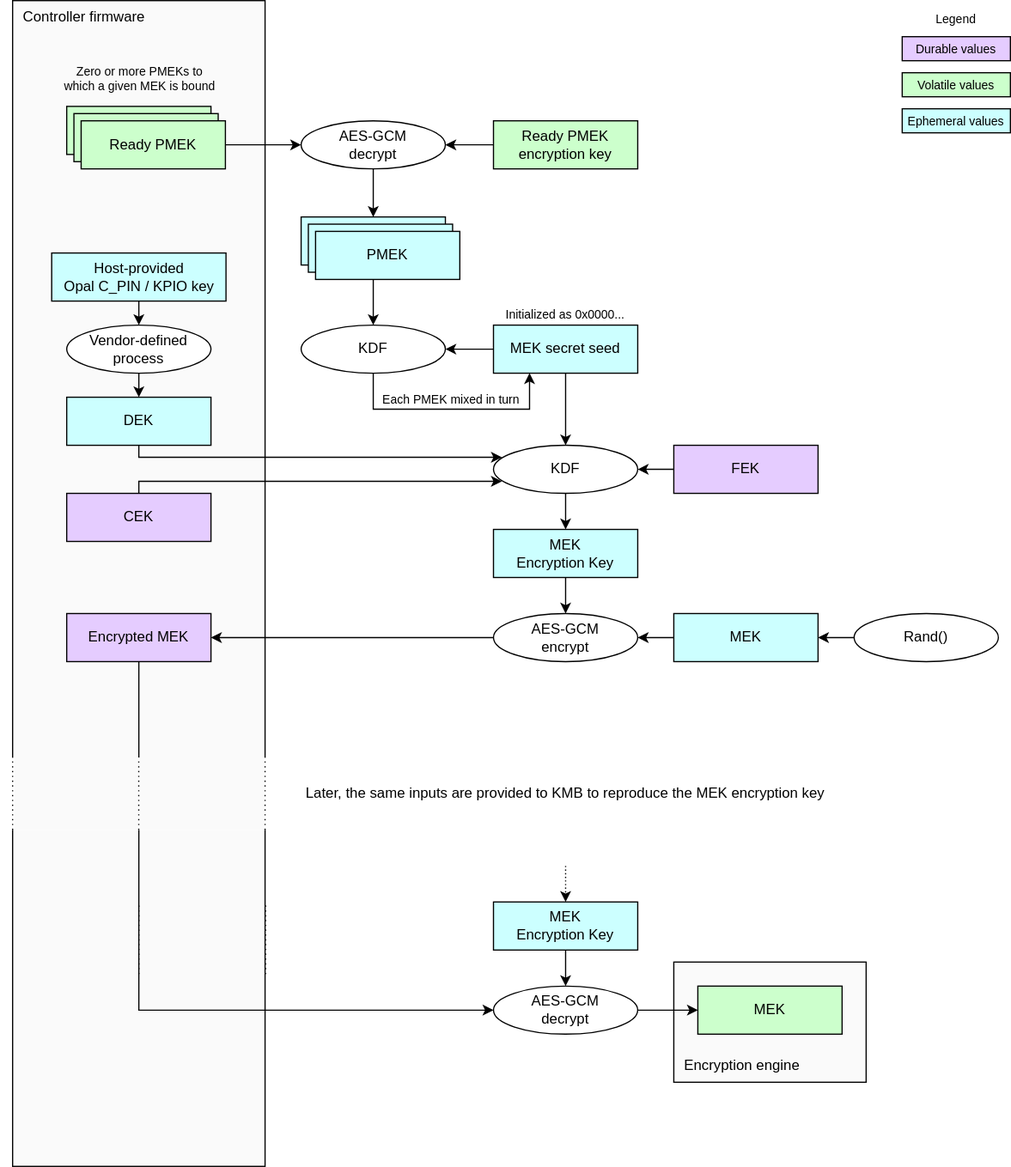
The draw.io diagram doc/ocp_lock/diagrams/mek_encryption.drawio.svg in chipsalliance/Caliptra, before a commit. Source tidied: cells renumbered, new cells last; positions are measured from the earlier drawing's top-left corner, leaving out a move shared by most shapes.
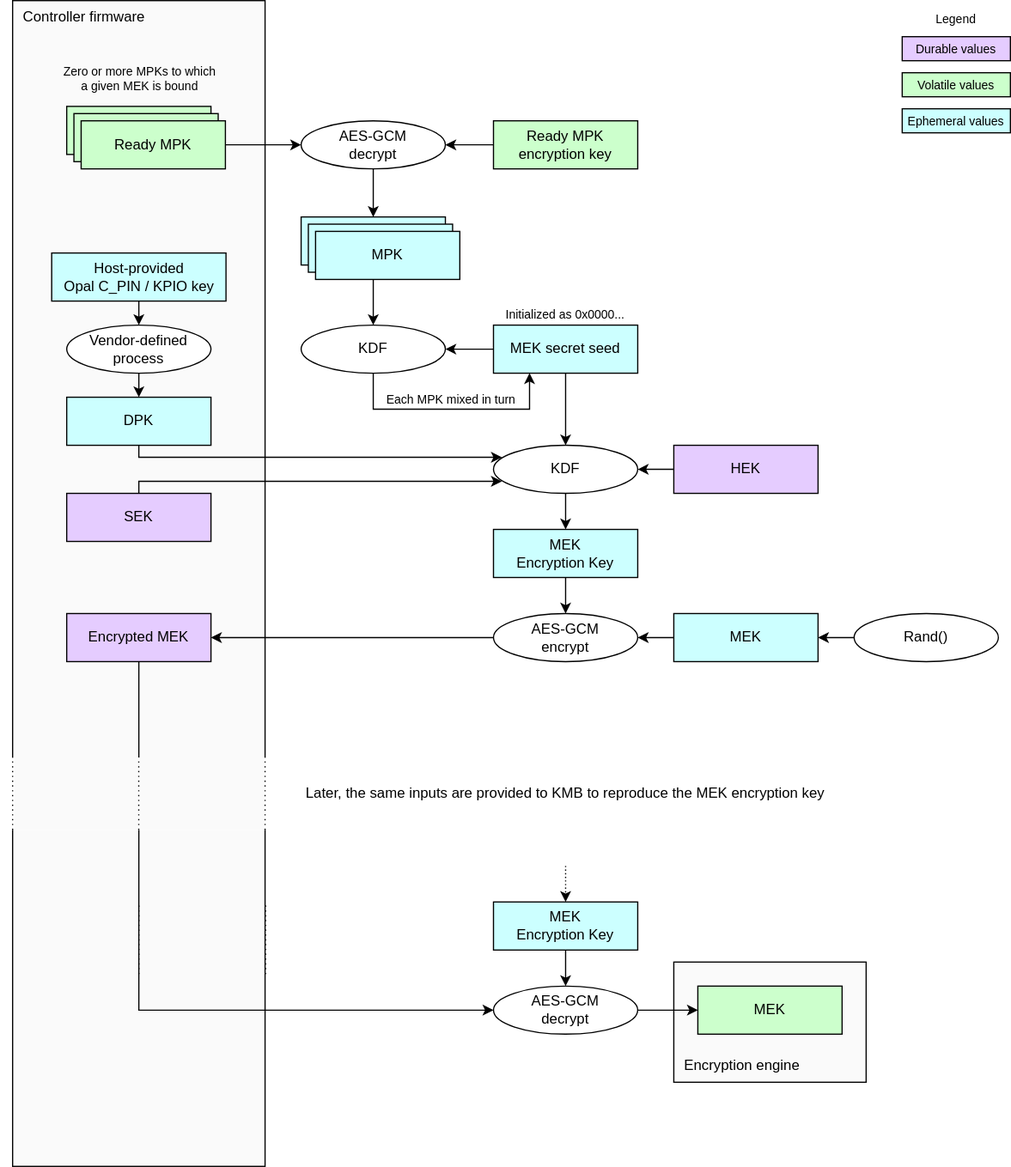
Above is the later version.

What changed in the source:
```diff
@@ -8,25 +8,25 @@
     <mxCell id="3" style="edgeStyle=segmentEdgeStyle;endArrow=classic;html=1;curved=0;rounded=0;endSize=6;startSize=6;entryX=0;entryY=0.5;entryDx=0;entryDy=0;exitX=1;exitY=0.5;exitDx=0;exitDy=0;" parent="1" edge="1" source="34" target="9">
       <mxGeometry relative="1" as="geometry" />
     </mxCell>
-    <mxCell id="4" value="&lt;div&gt;&lt;font color=&quot;#000000&quot;&gt;Ready PMEK&lt;/font&gt;&lt;/div&gt;" style="rounded=0;whiteSpace=wrap;html=1;align=center;verticalAlign=middle;shadow=0;glass=0;spacingLeft=0;spacingBottom=0;spacingTop=0;fillColor=#CCFFCC;" parent="1" vertex="1">
+    <mxCell id="4" style="rounded=0;whiteSpace=wrap;html=1;align=center;verticalAlign=middle;shadow=0;glass=0;spacingLeft=0;spacingBottom=0;spacingTop=0;fillColor=#CCFFCC;" parent="1" vertex="1">
       <mxGeometry x="55" y="88" width="120" height="40" as="geometry" />
     </mxCell>
-    <mxCell id="5" value="&lt;div&gt;&lt;font color=&quot;#000000&quot;&gt;FEK&lt;/font&gt;&lt;/div&gt;" style="rounded=0;whiteSpace=wrap;html=1;align=center;verticalAlign=middle;shadow=0;glass=0;spacingLeft=0;spacingBottom=0;spacingTop=0;fillColor=#E5CCFF;" parent="1" vertex="1">
+    <mxCell id="5" value="&lt;div&gt;&lt;font color=&quot;#000000&quot;&gt;HEK&lt;/font&gt;&lt;/div&gt;" style="rounded=0;whiteSpace=wrap;html=1;align=center;verticalAlign=middle;shadow=0;glass=0;spacingLeft=0;spacingBottom=0;spacingTop=0;fillColor=#E5CCFF;" parent="1" vertex="1">
       <mxGeometry x="560" y="370" width="120" height="40" as="geometry" />
     </mxCell>
-    <mxCell id="6" value="&lt;div&gt;&lt;font color=&quot;#000000&quot;&gt;DEK&lt;/font&gt;&lt;/div&gt;" style="rounded=0;whiteSpace=wrap;html=1;align=center;verticalAlign=middle;shadow=0;glass=0;spacingLeft=0;spacingBottom=0;spacingTop=0;fillColor=#CCFFFF;" parent="1" vertex="1">
+    <mxCell id="6" value="&lt;div&gt;&lt;font color=&quot;#000000&quot;&gt;DPK&lt;/font&gt;&lt;/div&gt;" style="rounded=0;whiteSpace=wrap;html=1;align=center;verticalAlign=middle;shadow=0;glass=0;spacingLeft=0;spacingBottom=0;spacingTop=0;fillColor=#CCFFFF;" parent="1" vertex="1">
       <mxGeometry x="55" y="330" width="120" height="40" as="geometry" />
     </mxCell>
     <mxCell id="7" value="&lt;div&gt;&lt;font color=&quot;#000000&quot;&gt;MEK secret seed&lt;/font&gt;&lt;/div&gt;" style="rounded=0;whiteSpace=wrap;html=1;align=center;verticalAlign=middle;shadow=0;glass=0;spacingLeft=0;spacingBottom=0;spacingTop=0;fillColor=#CCFFFF;" parent="1" vertex="1">
       <mxGeometry x="410" y="270" width="120" height="40" as="geometry" />
     </mxCell>
-    <mxCell id="8" value="&lt;div&gt;&lt;font color=&quot;#000000&quot;&gt;Ready PMEK encryption key&lt;/font&gt;&lt;/div&gt;" style="rounded=0;whiteSpace=wrap;html=1;align=center;verticalAlign=middle;shadow=0;glass=0;spacingLeft=0;spacingBottom=0;spacingTop=0;fillColor=#CCFFCC;" parent="1" vertex="1">
+    <mxCell id="8" value="&lt;div&gt;&lt;font color=&quot;#000000&quot;&gt;Ready MPK encryption key&lt;/font&gt;&lt;/div&gt;" style="rounded=0;whiteSpace=wrap;html=1;align=center;verticalAlign=middle;shadow=0;glass=0;spacingLeft=0;spacingBottom=0;spacingTop=0;fillColor=#CCFFCC;" parent="1" vertex="1">
       <mxGeometry x="410" y="100" width="120" height="40" as="geometry" />
     </mxCell>
     <mxCell id="9" value="AES-GCM&lt;div&gt;decrypt&lt;/div&gt;" style="ellipse;whiteSpace=wrap;html=1;fillColor=#FFFFFF;" parent="1" vertex="1">
       <mxGeometry x="250" y="100" width="120" height="40" as="geometry" />
     </mxCell>
-    <mxCell id="10" value="&lt;div&gt;&lt;font color=&quot;#000000&quot;&gt;PMEK&lt;/font&gt;&lt;/div&gt;" style="rounded=0;whiteSpace=wrap;html=1;align=center;verticalAlign=middle;shadow=0;glass=0;spacingLeft=0;spacingBottom=0;spacingTop=0;fillColor=#CCFFFF;" parent="1" vertex="1">
+    <mxCell id="10" style="rounded=0;whiteSpace=wrap;html=1;align=center;verticalAlign=middle;shadow=0;glass=0;spacingLeft=0;spacingBottom=0;spacingTop=0;fillColor=#CCFFFF;" parent="1" vertex="1">
       <mxGeometry x="250" y="180" width="120" height="40" as="geometry" />
     </mxCell>
     <mxCell id="11" style="edgeStyle=segmentEdgeStyle;endArrow=classic;html=1;curved=0;rounded=0;endSize=6;startSize=6;exitX=0;exitY=0.5;exitDx=0;exitDy=0;entryX=1;entryY=0.5;entryDx=0;entryDy=0;" parent="1" edge="1" source="8" target="9">
@@ -55,7 +55,7 @@
     <mxCell id="17" value="KDF" style="ellipse;whiteSpace=wrap;html=1;fillColor=#FFFFFF;" parent="1" vertex="1">
       <mxGeometry x="410" y="370" width="120" height="40" as="geometry" />
     </mxCell>
-    <mxCell id="18" value="&lt;div&gt;&lt;font color=&quot;#000000&quot;&gt;CEK&lt;/font&gt;&lt;/div&gt;" style="rounded=0;whiteSpace=wrap;html=1;align=center;verticalAlign=middle;shadow=0;glass=0;spacingLeft=0;spacingBottom=0;spacingTop=0;fillColor=#E5CCFF;" parent="1" vertex="1">
+    <mxCell id="18" value="&lt;div&gt;&lt;font color=&quot;#000000&quot;&gt;SEK&lt;/font&gt;&lt;/div&gt;" style="rounded=0;whiteSpace=wrap;html=1;align=center;verticalAlign=middle;shadow=0;glass=0;spacingLeft=0;spacingBottom=0;spacingTop=0;fillColor=#E5CCFF;" parent="1" vertex="1">
       <mxGeometry x="55" y="410" width="120" height="40" as="geometry" />
     </mxCell>
     <mxCell id="19" style="edgeStyle=none;html=1;exitX=0.5;exitY=1;exitDx=0;exitDy=0;" parent="1" edge="1" source="7" target="17">
@@ -75,7 +75,7 @@
         </Array>
       </mxGeometry>
     </mxCell>
-    <mxCell id="22" value="Each PMEK mixed in turn" style="text;strokeColor=none;align=center;fillColor=none;html=1;verticalAlign=middle;whiteSpace=wrap;rounded=0;fontSize=10;" parent="1" vertex="1">
+    <mxCell id="22" value="Each MPK mixed in turn" style="text;strokeColor=none;align=center;fillColor=none;html=1;verticalAlign=middle;whiteSpace=wrap;rounded=0;fontSize=10;" parent="1" vertex="1">
       <mxGeometry x="310" y="317" width="130" height="30" as="geometry" />
     </mxCell>
     <mxCell id="23" value="&lt;div&gt;&lt;font color=&quot;#000000&quot;&gt;Durable values&lt;/font&gt;&lt;/div&gt;" style="rounded=0;whiteSpace=wrap;html=1;align=center;verticalAlign=middle;shadow=0;glass=0;spacingLeft=0;spacingBottom=0;spacingTop=0;fillColor=#E5CCFF;fontSize=10;" parent="1" vertex="1">
@@ -108,19 +108,19 @@
     <mxCell id="32" style="edgeStyle=none;html=1;exitX=0.5;exitY=1;exitDx=0;exitDy=0;entryX=0.5;entryY=0;entryDx=0;entryDy=0;" parent="1" edge="1" source="17" target="31">
       <mxGeometry relative="1" as="geometry" />
     </mxCell>
-    <mxCell id="33" value="&lt;div&gt;&lt;font color=&quot;#000000&quot;&gt;Ready PMEK&lt;/font&gt;&lt;/div&gt;" style="rounded=0;whiteSpace=wrap;html=1;align=center;verticalAlign=middle;shadow=0;glass=0;spacingLeft=0;spacingBottom=0;spacingTop=0;fillColor=#CCFFCC;" parent="1" vertex="1">
+    <mxCell id="33" style="rounded=0;whiteSpace=wrap;html=1;align=center;verticalAlign=middle;shadow=0;glass=0;spacingLeft=0;spacingBottom=0;spacingTop=0;fillColor=#CCFFCC;" parent="1" vertex="1">
       <mxGeometry x="61" y="94" width="120" height="40" as="geometry" />
     </mxCell>
-    <mxCell id="34" value="&lt;div&gt;&lt;font color=&quot;#000000&quot;&gt;Ready PMEK&lt;/font&gt;&lt;/div&gt;" style="rounded=0;whiteSpace=wrap;html=1;align=center;verticalAlign=middle;shadow=0;glass=0;spacingLeft=0;spacingBottom=0;spacingTop=0;fillColor=#CCFFCC;" parent="1" vertex="1">
+    <mxCell id="34" value="&lt;div&gt;&lt;font color=&quot;#000000&quot;&gt;Ready MPK&lt;/font&gt;&lt;/div&gt;" style="rounded=0;whiteSpace=wrap;html=1;align=center;verticalAlign=middle;shadow=0;glass=0;spacingLeft=0;spacingBottom=0;spacingTop=0;fillColor=#CCFFCC;" parent="1" vertex="1">
       <mxGeometry x="67" y="100" width="120" height="40" as="geometry" />
     </mxCell>
-    <mxCell id="35" value="&lt;div&gt;&lt;font color=&quot;#000000&quot;&gt;PMEK&lt;/font&gt;&lt;/div&gt;" style="rounded=0;whiteSpace=wrap;html=1;align=center;verticalAlign=middle;shadow=0;glass=0;spacingLeft=0;spacingBottom=0;spacingTop=0;fillColor=#CCFFFF;" parent="1" vertex="1">
+    <mxCell id="35" style="rounded=0;whiteSpace=wrap;html=1;align=center;verticalAlign=middle;shadow=0;glass=0;spacingLeft=0;spacingBottom=0;spacingTop=0;fillColor=#CCFFFF;" parent="1" vertex="1">
       <mxGeometry x="256" y="186" width="120" height="40" as="geometry" />
     </mxCell>
-    <mxCell id="36" value="&lt;div&gt;&lt;font color=&quot;#000000&quot;&gt;PMEK&lt;/font&gt;&lt;/div&gt;" style="rounded=0;whiteSpace=wrap;html=1;align=center;verticalAlign=middle;shadow=0;glass=0;spacingLeft=0;spacingBottom=0;spacingTop=0;fillColor=#CCFFFF;" parent="1" vertex="1">
+    <mxCell id="36" value="&lt;div&gt;&lt;font color=&quot;#000000&quot;&gt;MPK&lt;/font&gt;&lt;/div&gt;" style="rounded=0;whiteSpace=wrap;html=1;align=center;verticalAlign=middle;shadow=0;glass=0;spacingLeft=0;spacingBottom=0;spacingTop=0;fillColor=#CCFFFF;" parent="1" vertex="1">
       <mxGeometry x="262" y="192" width="120" height="40" as="geometry" />
     </mxCell>
-    <mxCell id="37" value="Zero or more PMEKs to which a given MEK is bound" style="text;strokeColor=none;align=center;fillColor=none;html=1;verticalAlign=middle;whiteSpace=wrap;rounded=0;fontSize=10;" parent="1" vertex="1">
+    <mxCell id="37" value="Zero or more MPKs to which a given MEK is bound" style="text;strokeColor=none;align=center;fillColor=none;html=1;verticalAlign=middle;whiteSpace=wrap;rounded=0;fontSize=10;" parent="1" vertex="1">
       <mxGeometry x="51" y="50" width="130" height="30" as="geometry" />
     </mxCell>
     <mxCell id="38" value="Encryption engine" style="rounded=0;whiteSpace=wrap;html=1;fillColor=#FAFAFA;strokeColor=#000000;align=left;verticalAlign=bottom;spacingLeft=7;spacingBottom=5;" parent="1" vertex="1">
```
